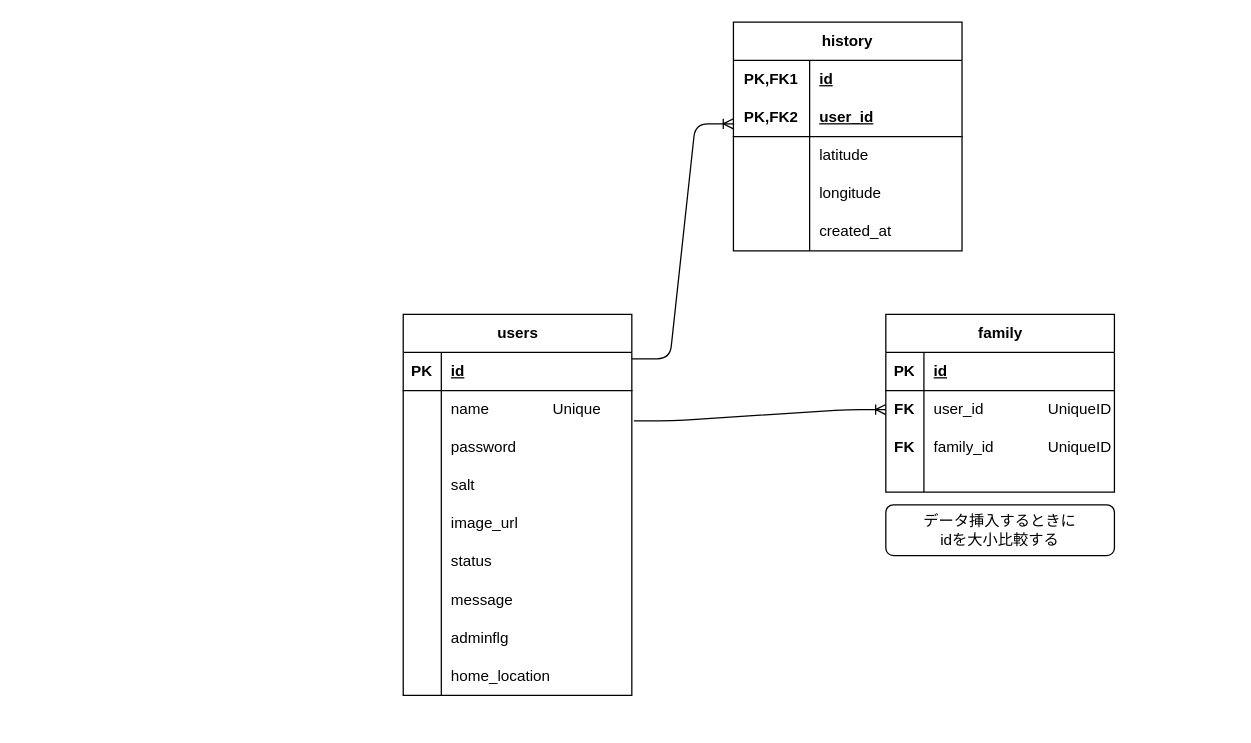
Earlier version of the draw.io diagram ER.drawio (TeamNavvy/Navvy). Source tidied: cells renumbered, new cells numbered last; positions are measured from the earlier drawing's top-left corner, leaving out a move shared by most shapes. Both pictures are drawn from the tidied source at 127%, with x=0, y=0 at pixel (403, 22).
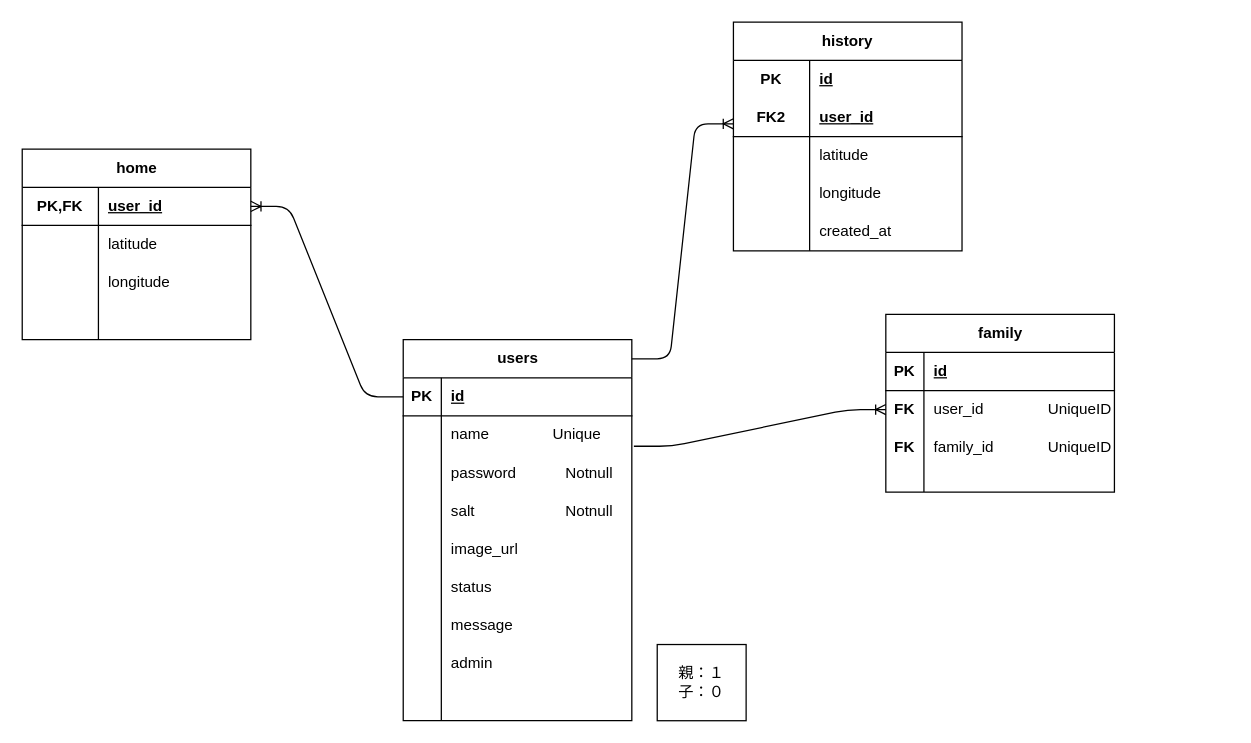
The same page after the edit.

Unchanged cells that the change refers to:
```xml
<mxCell id="3" style="shape=tableRow;horizontal=0;startSize=0;swimlaneHead=0;swimlaneBody=0;fillColor=none;points=[[0,0.5],[1,0.5]];portConstraint=eastwest;top=0;left=0;right=0;bottom=1;" parent="2" vertex="1">
  <mxGeometry y="30" width="180" height="30" as="geometry" />
</mxCell>
<mxCell id="24" style="shape=tableRow;horizontal=0;startSize=0;swimlaneHead=0;swimlaneBody=0;fillColor=none;top=0;left=0;right=0;bottom=0;" parent="2" vertex="1">
  <mxGeometry y="240" width="180" height="30" as="geometry" />
</mxCell>
<mxCell id="27" style="shape=tableRow;horizontal=0;startSize=0;swimlaneHead=0;swimlaneBody=0;fillColor=none;top=0;left=0;right=0;bottom=0;" parent="2" vertex="1">
  <mxGeometry y="270" width="180" height="30" as="geometry" />
</mxCell>
<mxCell id="31" style="shape=tableRow;horizontal=0;startSize=0;swimlaneHead=0;swimlaneBody=0;fillColor=none;top=0;left=0;right=0;bottom=0;html=1;" parent="30" vertex="1">
  <mxGeometry y="30" width="180" height="30" as="geometry" />
</mxCell>
<mxCell id="34" style="shape=tableRow;horizontal=0;startSize=0;swimlaneHead=0;swimlaneBody=0;fillColor=none;top=0;left=0;right=0;bottom=1;html=1;" parent="30" vertex="1">
  <mxGeometry y="60" width="180" height="30" as="geometry" />
</mxCell>
```

Diff of the diagram source:
```diff
@@
     <mxCell id="2" value="users" style="shape=table;startSize=30;childLayout=tableLayout;rowLines=0;fontStyle=1;align=center;html=1;" parent="1" vertex="1">
-      <mxGeometry y="230" width="180" height="300" as="geometry" />
+      <mxGeometry y="250" width="180" height="300" as="geometry" />
     </mxCell>
@@
-    <mxCell id="26" value="adminflg" style="shape=partialRectangle;fillColor=none;top=0;left=0;bottom=0;right=0;align=left;spacingLeft=6;overflow=hidden;whiteSpace=wrap;html=1;" parent="24" vertex="1">
+    <mxCell id="26" value="admin" style="shape=partialRectangle;fillColor=none;top=0;left=0;bottom=0;right=0;align=left;spacingLeft=6;overflow=hidden;whiteSpace=wrap;html=1;" parent="24" vertex="1">
       <mxGeometry x="30" width="150" height="30" as="geometry" />
     </mxCell>
@@
-    <mxCell id="29" value="home_location" style="shape=partialRectangle;fillColor=none;top=0;left=0;bottom=0;right=0;align=left;spacingLeft=6;overflow=hidden;whiteSpace=wrap;html=1;" parent="27" vertex="1">
+    <mxCell id="29" style="shape=partialRectangle;fillColor=none;top=0;left=0;bottom=0;right=0;align=left;spacingLeft=6;overflow=hidden;whiteSpace=wrap;html=1;" parent="27" vertex="1">
       <mxGeometry x="30" width="150" height="30" as="geometry" />
     </mxCell>
@@
-    <mxCell id="32" value="PK,FK1" style="shape=partialRectangle;fillColor=none;top=0;left=0;bottom=0;right=0;fontStyle=1;overflow=hidden;html=1;whiteSpace=wrap;" parent="31" vertex="1">
+    <mxCell id="32" value="PK" style="shape=partialRectangle;fillColor=none;top=0;left=0;bottom=0;right=0;fontStyle=1;overflow=hidden;html=1;whiteSpace=wrap;" parent="31" vertex="1">
       <mxGeometry width="60" height="30" as="geometry" />
     </mxCell>
@@
-    <mxCell id="35" value="PK,FK2" style="shape=partialRectangle;fillColor=none;top=0;left=0;bottom=0;right=0;fontStyle=1;overflow=hidden;html=1;whiteSpace=wrap;" parent="34" vertex="1">
+    <mxCell id="35" value="FK2" style="shape=partialRectangle;fillColor=none;top=0;left=0;bottom=0;right=0;fontStyle=1;overflow=hidden;html=1;whiteSpace=wrap;" parent="34" vertex="1">
       <mxGeometry width="60" height="30" as="geometry" />
     </mxCell>
@@
-    <mxCell id="70" value="データ挿入するときに&lt;div&gt;idを大小比較する&lt;/div&gt;" style="rounded=1;whiteSpace=wrap;html=1;" parent="1" vertex="1">
-      <mxGeometry x="380" y="380" width="180" height="40" as="geometry" />
-    </mxCell>
@@
     <mxCell id="72" style="shape=table;startSize=0;childLayout=tableLayout;rowLines=0;fontStyle=0;align=center;strokeColor=none;fillColor=none;" parent="1" vertex="1">
-      <mxGeometry x="80" y="290" width="180" height="30" as="geometry" />
+      <mxGeometry x="80" y="310" width="180" height="30" as="geometry" />
     </mxCell>
@@
+    <mxCell id="76" value="home" style="shape=table;startSize=30;childLayout=tableLayout;rowLines=0;fontStyle=1;align=center;html=1;" parent="1" vertex="1">
+      <mxGeometry x="-300" y="100" width="180" height="150" as="geometry" />
+    </mxCell>
+    <mxCell id="77" style="shape=tableRow;horizontal=0;startSize=0;swimlaneHead=0;swimlaneBody=0;fillColor=none;points=[[0,0.5],[1,0.5]];portConstraint=eastwest;top=0;left=0;right=0;bottom=1;" parent="76" vertex="1">
+      <mxGeometry y="30" width="180" height="30" as="geometry" />
+    </mxCell>
+    <mxCell id="78" value="PK,FK" style="shape=partialRectangle;fillColor=none;top=0;left=0;bottom=0;right=0;fontStyle=1;overflow=hidden;whiteSpace=wrap;html=1;" parent="77" vertex="1">
+      <mxGeometry width="60" height="30" as="geometry" />
+    </mxCell>
+    <mxCell id="79" value="user_id" style="shape=partialRectangle;fillColor=none;top=0;left=0;bottom=0;right=0;align=left;spacingLeft=6;fontStyle=5;overflow=hidden;whiteSpace=wrap;html=1;" parent="77" vertex="1">
+      <mxGeometry x="60" width="120" height="30" as="geometry" />
+    </mxCell>
+    <mxCell id="80" style="shape=tableRow;horizontal=0;startSize=0;swimlaneHead=0;swimlaneBody=0;fillColor=none;top=0;left=0;right=0;bottom=0;" parent="76" vertex="1">
+      <mxGeometry y="60" width="180" height="30" as="geometry" />
+    </mxCell>
+    <mxCell id="81" style="shape=partialRectangle;fillColor=none;top=0;left=0;bottom=0;right=0;overflow=hidden;whiteSpace=wrap;html=1;" parent="80" vertex="1">
+      <mxGeometry width="60" height="30" as="geometry" />
+    </mxCell>
+    <mxCell id="82" value="latitude" style="shape=partialRectangle;fillColor=none;top=0;left=0;bottom=0;right=0;align=left;spacingLeft=6;overflow=hidden;whiteSpace=wrap;html=1;" parent="80" vertex="1">
+      <mxGeometry x="60" width="120" height="30" as="geometry" />
+    </mxCell>
+    <mxCell id="83" style="shape=tableRow;horizontal=0;startSize=0;swimlaneHead=0;swimlaneBody=0;fillColor=none;top=0;left=0;right=0;bottom=0;" parent="76" vertex="1">
+      <mxGeometry y="90" width="180" height="30" as="geometry" />
+    </mxCell>
+    <mxCell id="84" style="shape=partialRectangle;fillColor=none;top=0;left=0;bottom=0;right=0;overflow=hidden;whiteSpace=wrap;html=1;" parent="83" vertex="1">
+      <mxGeometry width="60" height="30" as="geometry" />
+    </mxCell>
+    <mxCell id="85" value="longitude" style="shape=partialRectangle;fillColor=none;top=0;left=0;bottom=0;right=0;align=left;spacingLeft=6;overflow=hidden;whiteSpace=wrap;html=1;" parent="83" vertex="1">
+      <mxGeometry x="60" width="120" height="30" as="geometry" />
+    </mxCell>
+    <mxCell id="86" style="shape=tableRow;horizontal=0;startSize=0;swimlaneHead=0;swimlaneBody=0;fillColor=none;top=0;left=0;right=0;bottom=0;" parent="76" vertex="1">
+      <mxGeometry y="120" width="180" height="30" as="geometry" />
+    </mxCell>
+    <mxCell id="87" style="shape=partialRectangle;fillColor=none;top=0;left=0;bottom=0;right=0;overflow=hidden;whiteSpace=wrap;html=1;" parent="86" vertex="1">
+      <mxGeometry width="60" height="30" as="geometry" />
+    </mxCell>
+    <mxCell id="88" style="shape=partialRectangle;fillColor=none;top=0;left=0;bottom=0;right=0;align=left;spacingLeft=6;overflow=hidden;whiteSpace=wrap;html=1;" parent="86" vertex="1">
+      <mxGeometry x="60" width="120" height="30" as="geometry" />
+    </mxCell>
+    <mxCell id="89" value="Notnull" style="shape=partialRectangle;fillColor=none;top=0;left=0;bottom=0;right=0;align=left;spacingLeft=6;fontStyle=0;overflow=hidden;whiteSpace=wrap;html=1;" parent="1" vertex="1">
+      <mxGeometry x="120" y="340" width="150" height="30" as="geometry" />
+    </mxCell>
+    <mxCell id="90" value="Notnull" style="shape=partialRectangle;fillColor=none;top=0;left=0;bottom=0;right=0;align=left;spacingLeft=6;fontStyle=0;overflow=hidden;whiteSpace=wrap;html=1;" parent="1" vertex="1">
+      <mxGeometry x="120" y="370" width="150" height="30" as="geometry" />
+    </mxCell>
+    <mxCell id="91" style="edgeStyle=entityRelationEdgeStyle;fontSize=12;html=1;endArrow=ERoneToMany;exitX=0;exitY=0.5;exitDx=0;exitDy=0;entryX=1;entryY=0.5;entryDx=0;entryDy=0;" parent="1" edge="1" source="3" target="77">
+      <mxGeometry relative="1" as="geometry" />
+    </mxCell>
+    <mxCell id="92" value="親：１&lt;div&gt;子：０&lt;/div&gt;" style="rounded=0;whiteSpace=wrap;html=1;" parent="1" vertex="1">
+      <mxGeometry x="200" y="490" width="70" height="60" as="geometry" />
+    </mxCell>
```
